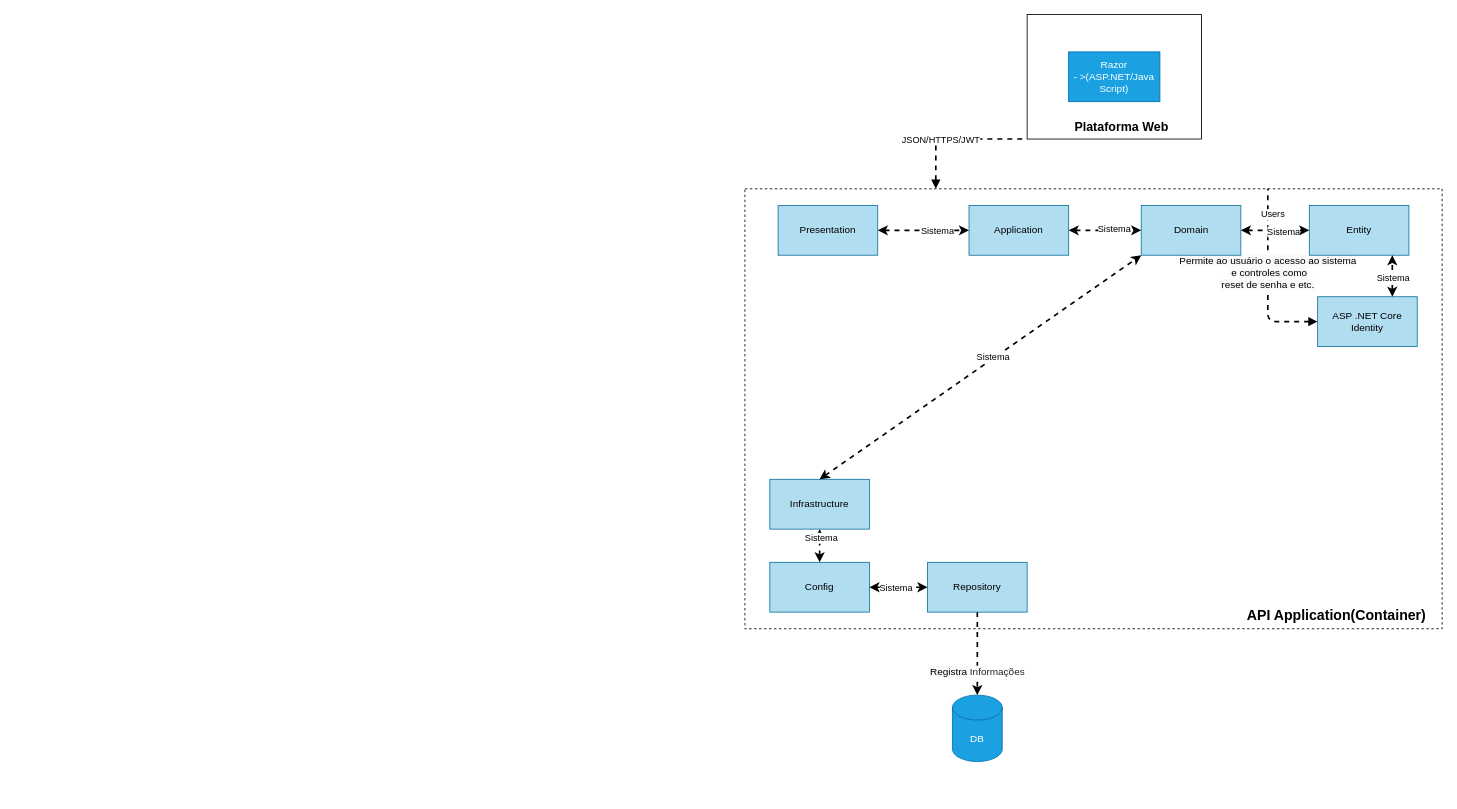
Stwart-Cordeiro/MyFinance keeps this draw.io diagram as page "Diagrama de Componentes" (3 of 3) of Documentações/Diamantes - MyFinances.drawio. Above is the earlier version. Source tidied: cells renumbered, new cells numbered last; positions are measured from the earlier drawing's top-left corner, leaving out a move shared by most shapes. Both pictures are drawn from the tidied source at 83%, with x=0, y=0 at pixel (745, 14).
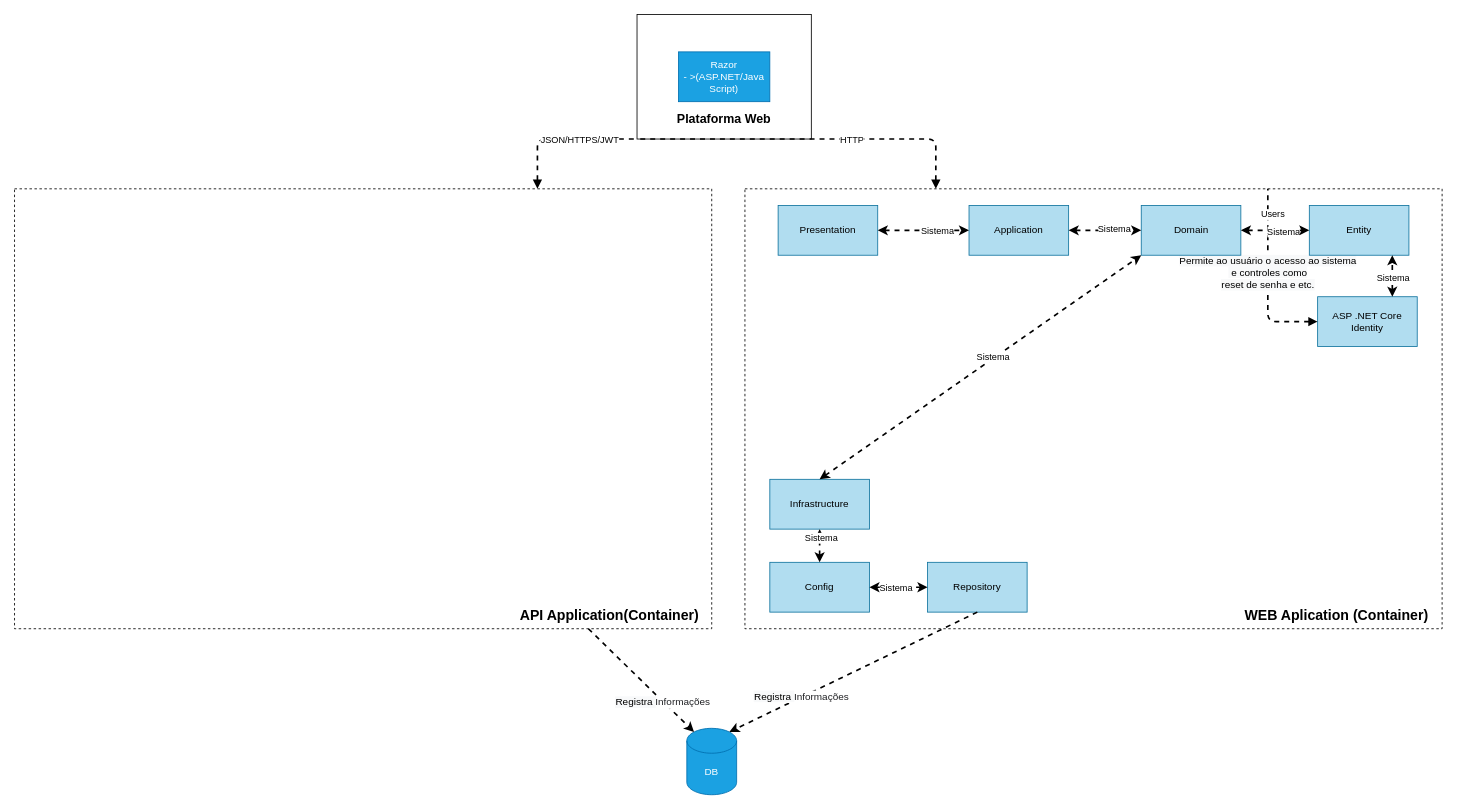
The same diagram, later.

Unchanged cells that the change refers to:
```xml
<mxCell id="7" style="endArrow=none;dashed=1;html=1;strokeWidth=2;startArrow=block;startFill=1;entryX=0;entryY=1;entryDx=0;entryDy=0;" parent="1" edge="1" target="2">
  <mxGeometry relative="1" as="geometry">
    <mxPoint x="230" y="210" as="sourcePoint" />
    <Array as="points">
      <mxPoint x="230" y="150" />
    </Array>
  </mxGeometry>
</mxCell>
<mxCell id="24" value="Repository" style="rounded=0;whiteSpace=wrap;html=1;fillColor=#b1ddf0;strokeColor=#10739e;" parent="1" vertex="1">
  <mxGeometry x="220" y="660" width="120" height="60" as="geometry" />
</mxCell>
```

Diff of the diagram source:
```diff
@@
     <mxCell id="2" style="rounded=0;whiteSpace=wrap;html=1;" parent="1" vertex="1">
-      <mxGeometry x="340" width="210" height="150" as="geometry" />
+      <mxGeometry x="-130" width="210" height="150" as="geometry" />
     </mxCell>
     <mxCell id="3" value="Razor &lt;br&gt;- &amp;gt;(ASP.NET/Java Script)" style="rounded=0;whiteSpace=wrap;html=1;fillColor=#1ba1e2;strokeColor=#006EAF;fontColor=#ffffff;" parent="1" vertex="1">
-      <mxGeometry x="390" y="45" width="110" height="60" as="geometry" />
+      <mxGeometry x="-80" y="45" width="110" height="60" as="geometry" />
     </mxCell>
     <mxCell id="4" value="&lt;b&gt;&lt;font style=&quot;font-size: 15px&quot;&gt;Plataforma Web&lt;/font&gt;&lt;/b&gt;" style="text;html=1;strokeColor=none;fillColor=none;align=center;verticalAlign=middle;whiteSpace=wrap;rounded=0;" parent="1" vertex="1">
-      <mxGeometry x="366" y="130" width="176" height="10" as="geometry" />
+      <mxGeometry x="-113" y="120" width="176" height="10" as="geometry" />
     </mxCell>
@@
-    <mxCell id="8" value="JSON/HTTPS/JWT" style="edgeLabel;html=1;align=center;verticalAlign=middle;" parent="7" vertex="1">
+    <mxCell id="8" value="HTTP" style="edgeLabel;html=1;align=center;verticalAlign=middle;" parent="7" vertex="1">
       <mxGeometry x="-0.23" relative="1" as="geometry" />
     </mxCell>
@@
     <mxCell id="12" value="DB" style="shape=cylinder3;whiteSpace=wrap;html=1;boundedLbl=1;backgroundOutline=1;size=15;fillColor=#1ba1e2;strokeColor=#006EAF;fontColor=#ffffff;" parent="1" vertex="1">
-      <mxGeometry x="250" y="820" width="60" height="80" as="geometry" />
+      <mxGeometry x="-70" y="860" width="60" height="80" as="geometry" />
     </mxCell>
-    <mxCell id="13" value="&lt;b&gt;&lt;font style=&quot;font-size: 17px&quot;&gt;API Application(Container)&lt;/font&gt;&lt;/b&gt;" style="text;html=1;strokeColor=none;fillColor=none;align=center;verticalAlign=middle;whiteSpace=wrap;rounded=0;" parent="1" vertex="1">
+    <mxCell id="13" value="&lt;b&gt;&lt;font style=&quot;font-size: 17px&quot;&gt;WEB Aplication (Container)&lt;/font&gt;&lt;/b&gt;" style="text;html=1;strokeColor=none;fillColor=none;align=center;verticalAlign=middle;whiteSpace=wrap;rounded=0;" parent="1" vertex="1">
       <mxGeometry x="590" y="720" width="246" height="10" as="geometry" />
     </mxCell>
@@
-    <mxCell id="30" style="endArrow=classic;html=1;dashed=1;strokeWidth=2;entryX=0.5;entryY=0;entryDx=0;entryDy=0;entryPerimeter=0;exitX=0.5;exitY=1;exitDx=0;exitDy=0;" parent="1" edge="1" source="24" target="12">
+    <mxCell id="30" style="endArrow=classic;html=1;dashed=1;strokeWidth=2;entryX=0.855;entryY=0;entryDx=0;entryDy=4.35;entryPerimeter=0;exitX=0.5;exitY=1;exitDx=0;exitDy=0;" parent="1" edge="1" source="24" target="12">
       <mxGeometry relative="1" as="geometry" />
     </mxCell>
@@
+    <mxCell id="37" style="rounded=0;whiteSpace=wrap;html=1;dashed=1;" parent="1" vertex="1">
+      <mxGeometry x="-880" y="210" width="840" height="530" as="geometry" />
+    </mxCell>
+    <mxCell id="38" value="&lt;b&gt;&lt;font style=&quot;font-size: 17px&quot;&gt;API Application(Container)&lt;/font&gt;&lt;/b&gt;" style="text;html=1;strokeColor=none;fillColor=none;align=center;verticalAlign=middle;whiteSpace=wrap;rounded=0;" parent="1" vertex="1">
+      <mxGeometry x="-286" y="720" width="246" height="10" as="geometry" />
+    </mxCell>
+    <mxCell id="39" style="endArrow=classic;html=1;dashed=1;strokeWidth=2;entryX=0.145;entryY=0;entryDx=0;entryDy=4.35;entryPerimeter=0;" parent="1" edge="1" source="37" target="12">
+      <mxGeometry relative="1" as="geometry" />
+    </mxCell>
+    <mxCell id="40" value="&lt;span style=&quot;font-size: 12px ; background-color: rgb(248 , 249 , 250)&quot;&gt;Registra&amp;nbsp;&lt;/span&gt;&lt;span style=&quot;font-size: 12px ; color: rgb(32 , 33 , 36) ; font-family: &amp;#34;arial&amp;#34; , sans-serif ; text-align: left&quot;&gt;Informações&lt;/span&gt;" style="edgeLabel;html=1;align=center;verticalAlign=middle;" parent="39" vertex="1">
+      <mxGeometry x="0.42" y="-1" relative="1" as="geometry" />
+    </mxCell>
+    <mxCell id="41" style="endArrow=none;dashed=1;html=1;strokeWidth=2;startArrow=block;startFill=1;exitX=0.75;exitY=0;exitDx=0;exitDy=0;" parent="1" edge="1" source="37">
+      <mxGeometry relative="1" as="geometry">
+        <mxPoint x="-130" y="150" as="targetPoint" />
+        <Array as="points">
+          <mxPoint x="-250" y="150" />
+        </Array>
+      </mxGeometry>
+    </mxCell>
+    <mxCell id="42" value="JSON/HTTPS/JWT" style="edgeLabel;html=1;align=center;verticalAlign=middle;" parent="41" vertex="1">
+      <mxGeometry x="-0.23" relative="1" as="geometry">
+        <mxPoint x="41" as="offset" />
+      </mxGeometry>
+    </mxCell>
```
